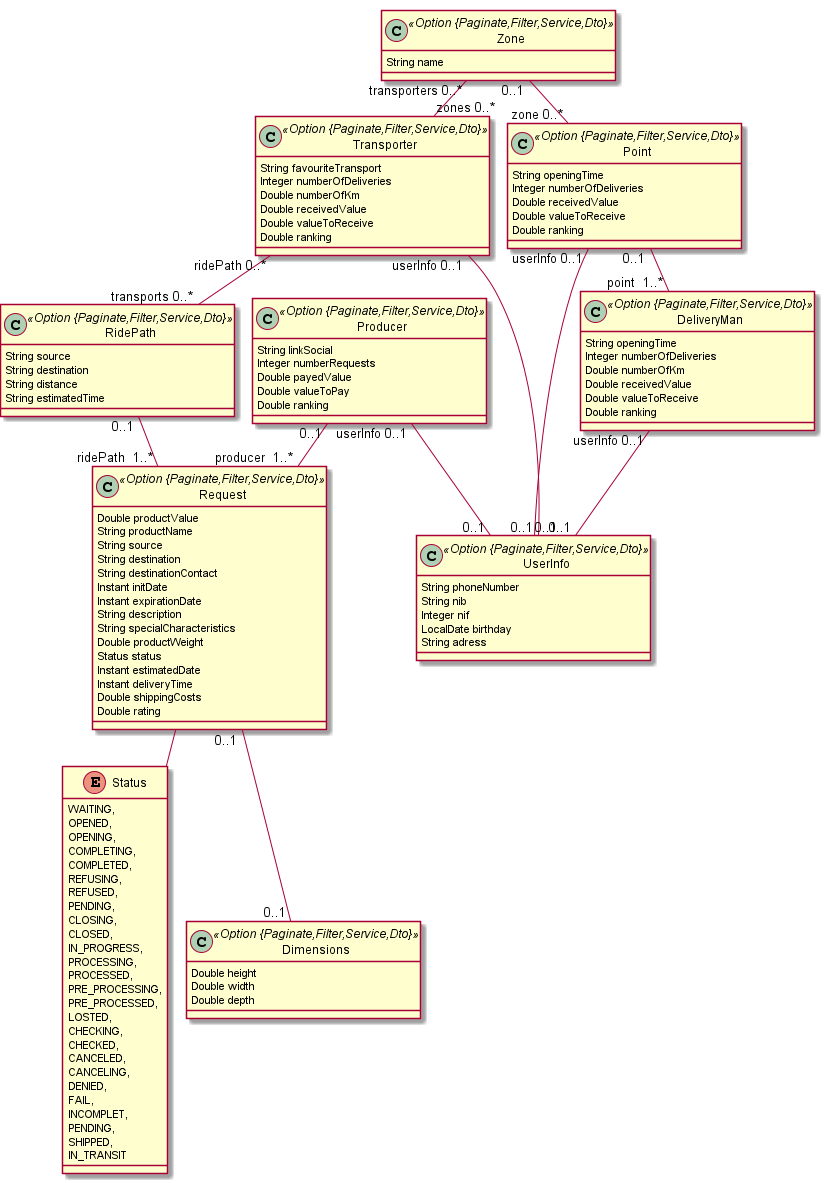
MoscaLCC/LEBApp keeps this PlantUML diagram as LEBApp_Server/dataSchema.png. Above is the earlier version.
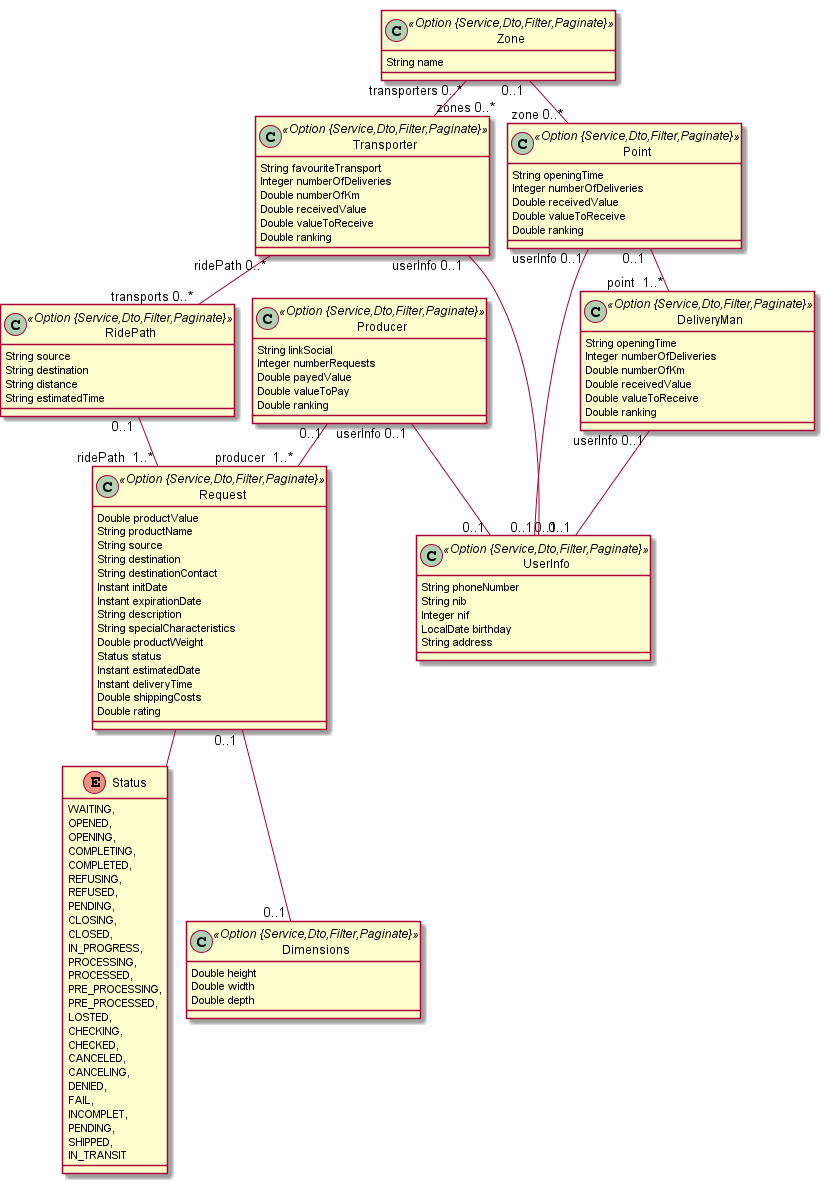
After the commit.

Diff of the diagram source:
```diff
@@ -1,21 +1,21 @@
 @startuml
 	!pragma graphviz_dot jdot
 	!pragma syntax class
-	class Producer <<Option {Paginate,Filter,Service,Dto}>> {
+	class Producer <<Option {Service,Dto,Filter,Paginate}>> {
 		String linkSocial
 		Integer numberRequests
 		Double payedValue
 		Double valueToPay
 		Double ranking
 	}
-	class UserInfo <<Option {Paginate,Filter,Service,Dto}>> {
+	class UserInfo <<Option {Service,Dto,Filter,Paginate}>> {
 		String phoneNumber
 		String nib
 		Integer nif
 		LocalDate birthday
-		String adress
+		String address
 	}
-	class Request <<Option {Paginate,Filter,Service,Dto}>> {
+	class Request <<Option {Service,Dto,Filter,Paginate}>> {
 		Double productValue
 		String productName
 		String source
@@ -61,13 +61,13 @@
 		SHIPPED,
 		IN_TRANSIT
 	}
-	class RidePath <<Option {Paginate,Filter,Service,Dto}>> {
+	class RidePath <<Option {Service,Dto,Filter,Paginate}>> {
 		String source
 		String destination
 		String distance
 		String estimatedTime
 	}
-	class DeliveryMan <<Option {Paginate,Filter,Service,Dto}>> {
+	class DeliveryMan <<Option {Service,Dto,Filter,Paginate}>> {
 		String openingTime
 		Integer numberOfDeliveries
 		Double numberOfKm
@@ -75,7 +75,7 @@
 		Double valueToReceive
 		Double ranking
 	}
-	class Transporter <<Option {Paginate,Filter,Service,Dto}>> {
+	class Transporter <<Option {Service,Dto,Filter,Paginate}>> {
 		String favouriteTransport
 		Integer numberOfDeliveries
 		Double numberOfKm
@@ -83,19 +83,19 @@
 		Double valueToReceive
 		Double ranking
 	}
-	class Point <<Option {Paginate,Filter,Service,Dto}>> {
+	class Point <<Option {Service,Dto,Filter,Paginate}>> {
 		String openingTime
 		Integer numberOfDeliveries
 		Double receivedValue
 		Double valueToReceive
 		Double ranking
 	}
-	class Dimensions <<Option {Paginate,Filter,Service,Dto}>> {
+	class Dimensions <<Option {Service,Dto,Filter,Paginate}>> {
 		Double height
 		Double width
 		Double depth
 	}
-	class Zone <<Option {Paginate,Filter,Service,Dto}>> {
+	class Zone <<Option {Service,Dto,Filter,Paginate}>> {
 		String name
 	}
 	Point  "0..1 " --o "point  1..* "  DeliveryMan
```
